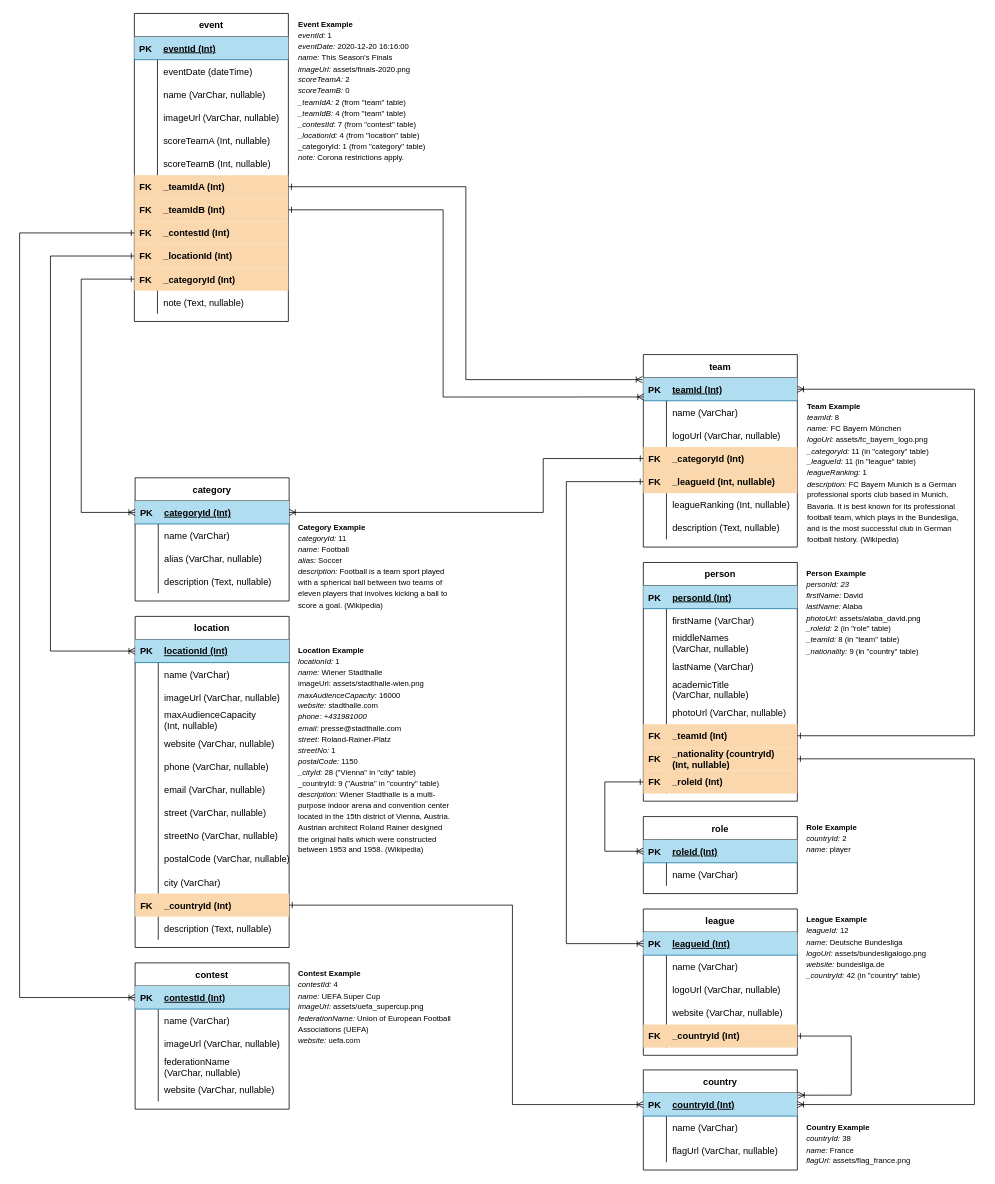
Before: documentation/01_db-model.drawio in mbalabanov/eventradar, a draw.io diagram. Source tidied: cells renumbered, new cells numbered last; positions are measured from the earlier drawing's top-left corner, leaving out a move shared by most shapes. Both pictures are drawn from the tidied source at 77%, with x=0, y=0 at pixel (19, 13).
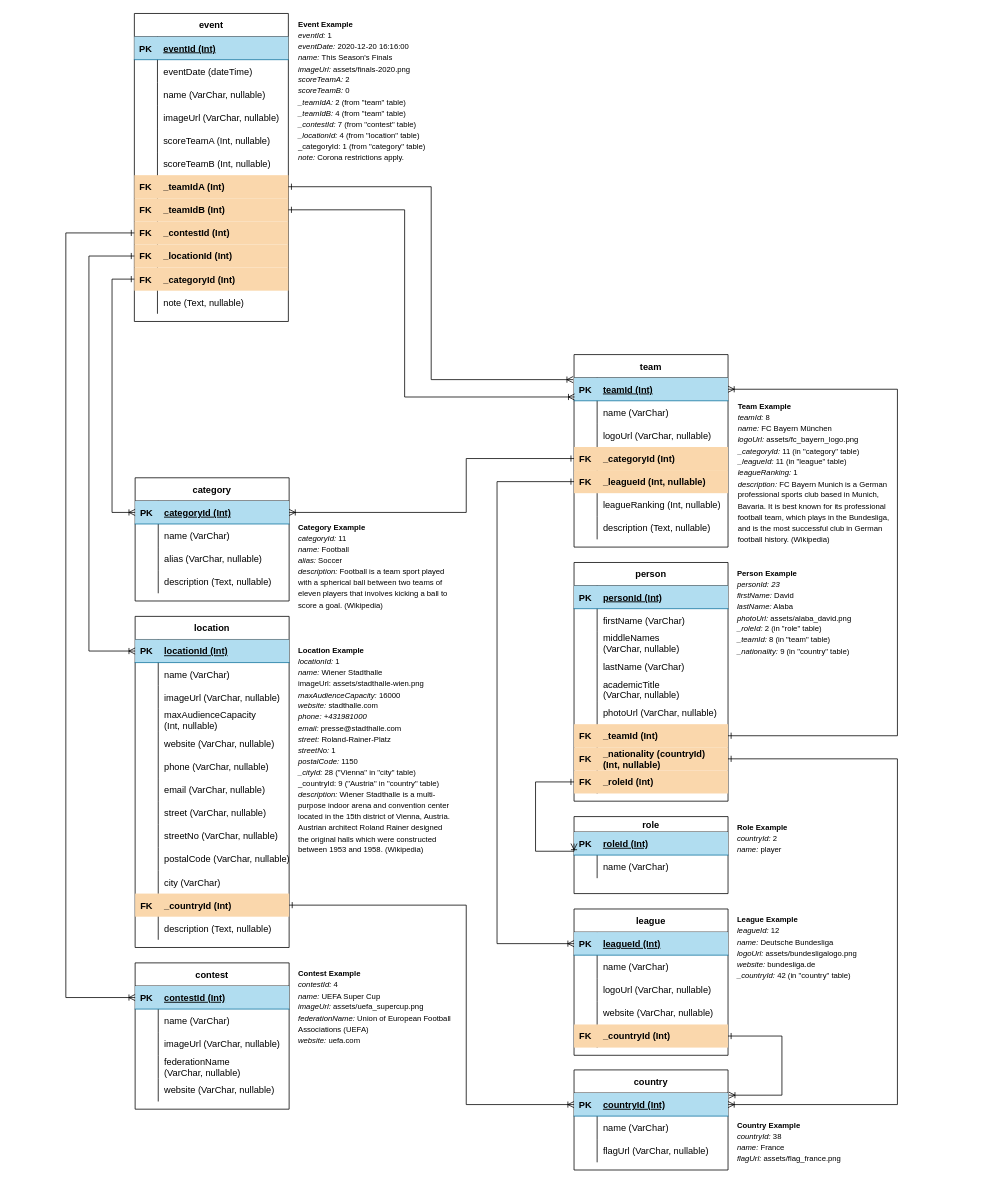
The same diagram, later.

The change refers to these unchanged cells:
```xml
<mxCell id="24" style="shape=partialRectangle;fillColor=#fad7ac;top=0;left=0;bottom=0;right=0;points=[[0,0.5],[1,0.5]];portConstraint=eastwest;strokeColor=#b46504;fontStyle=1;" parent="2" vertex="1">
  <mxGeometry y="240" width="200" height="30" as="geometry" />
</mxCell>
<mxCell id="27" style="shape=partialRectangle;fillColor=#fad7ac;top=0;left=0;bottom=0;right=0;points=[[0,0.5],[1,0.5]];portConstraint=eastwest;strokeColor=#b46504;" parent="2" vertex="1">
  <mxGeometry y="270" width="200" height="30" as="geometry" />
</mxCell>
<mxCell id="30" style="shape=partialRectangle;fillColor=#fad7ac;top=0;left=0;bottom=0;right=0;points=[[0,0.5],[1,0.5]];portConstraint=eastwest;strokeColor=#b46504;sketch=0;" parent="2" vertex="1">
  <mxGeometry y="300" width="200" height="30" as="geometry" />
</mxCell>
<mxCell id="33" style="shape=partialRectangle;fillColor=#fad7ac;top=0;left=0;bottom=0;right=0;points=[[0,0.5],[1,0.5]];portConstraint=eastwest;strokeColor=#b46504;" parent="2" vertex="1">
  <mxGeometry y="330" width="200" height="30" as="geometry" />
</mxCell>
<mxCell id="40" style="shape=partialRectangle;fillColor=#b1ddf0;top=0;left=0;bottom=1;right=0;points=[[0,0.5],[1,0.5]];portConstraint=eastwest;strokeColor=#10739e;" parent="39" vertex="1">
  <mxGeometry y="30" width="200" height="30" as="geometry" />
</mxCell>
<mxCell id="53" style="shape=partialRectangle;fillColor=#b1ddf0;top=0;left=0;bottom=1;right=0;points=[[0,0.5],[1,0.5]];portConstraint=eastwest;strokeColor=#10739e;" parent="52" vertex="1">
  <mxGeometry y="30" width="200" height="30" as="geometry" />
</mxCell>
<mxCell id="56" style="shape=partialRectangle;fillColor=none;top=0;left=0;bottom=0;right=0;points=[[0,0.5],[1,0.5]];portConstraint=eastwest;" parent="52" vertex="1">
  <mxGeometry y="60" width="200" height="30" as="geometry" />
</mxCell>
<mxCell id="62" style="shape=partialRectangle;fillColor=#fad7ac;top=0;left=0;bottom=0;right=0;points=[[0,0.5],[1,0.5]];portConstraint=eastwest;strokeColor=#b46504;" parent="52" vertex="1">
  <mxGeometry y="120" width="200" height="30" as="geometry" />
</mxCell>
<mxCell id="65" style="shape=partialRectangle;fillColor=#fad7ac;top=0;left=0;bottom=0;right=0;points=[[0,0.5],[1,0.5]];portConstraint=eastwest;strokeColor=#b46504;" parent="52" vertex="1">
  <mxGeometry y="150" width="200" height="30" as="geometry" />
</mxCell>
<mxCell id="76" style="shape=partialRectangle;fillColor=#b1ddf0;top=0;left=0;bottom=1;right=0;points=[[0,0.5],[1,0.5]];portConstraint=eastwest;strokeColor=#10739e;" parent="75" vertex="1">
  <mxGeometry y="30" width="200" height="30" as="geometry" />
</mxCell>
<mxCell id="88" style="shape=partialRectangle;fillColor=#fad7ac;top=0;left=0;bottom=0;right=0;points=[[0,0.5],[1,0.5]];portConstraint=eastwest;strokeColor=#b46504;" parent="75" vertex="1">
  <mxGeometry y="150" width="200" height="30" as="geometry" />
</mxCell>
<mxCell id="92" style="shape=partialRectangle;fillColor=#b1ddf0;top=0;left=0;bottom=1;right=0;points=[[0,0.5],[1,0.5]];portConstraint=eastwest;strokeColor=#10739e;" parent="91" vertex="1">
  <mxGeometry y="30" width="200" height="30" as="geometry" />
</mxCell>
<mxCell id="120" style="shape=partialRectangle;fillColor=#fad7ac;top=0;left=0;bottom=0;right=0;points=[[0,0.5],[1,0.5]];portConstraint=eastwest;sketch=0;strokeColor=#b46504;align=left;" parent="101" vertex="1">
  <mxGeometry y="210" width="200" height="30" as="geometry" />
</mxCell>
<mxCell id="123" style="shape=partialRectangle;fillColor=#fad7ac;top=0;left=0;bottom=0;right=0;points=[[0,0.5],[1,0.5]];portConstraint=eastwest;fontStyle=1;strokeColor=#b46504;" parent="101" vertex="1">
  <mxGeometry y="240" width="200" height="30" as="geometry" />
</mxCell>
<mxCell id="126" style="shape=partialRectangle;fillColor=#fad7ac;top=0;left=0;bottom=0;right=0;points=[[0,0.5],[1,0.5]];portConstraint=eastwest;sketch=0;strokeColor=#b46504;align=right;" parent="101" vertex="1">
  <mxGeometry y="270" width="200" height="30" as="geometry" />
</mxCell>
<mxCell id="143" style="shape=partialRectangle;fillColor=#b1ddf0;top=0;left=0;bottom=1;right=0;points=[[0,0.5],[1,0.5]];portConstraint=eastwest;strokeColor=#10739e;" parent="142" vertex="1">
  <mxGeometry y="30" width="200" height="30" as="geometry" />
</mxCell>
<mxCell id="160" style="shape=partialRectangle;fillColor=#b1ddf0;top=0;left=0;bottom=1;right=0;points=[[0,0.5],[1,0.5]];portConstraint=eastwest;strokeColor=#10739e;" parent="159" vertex="1">
  <mxGeometry y="30" width="200" height="30" as="geometry" />
</mxCell>
<mxCell id="193" style="shape=partialRectangle;fillColor=#fad7ac;top=0;left=0;bottom=0;right=0;points=[[0,0.5],[1,0.5]];portConstraint=eastwest;strokeColor=#b46504;" parent="159" vertex="1">
  <mxGeometry y="360" width="200" height="30" as="geometry" />
</mxCell>
```

Change to the diagram source:
```diff
@@
     <mxCell id="52" value="team" style="shape=table;startSize=30;childLayout=tableLayout;rowLines=0;fontStyle=1;align=center;sketch=0;strokeColor=#000000;" parent="1" vertex="1">
-      <mxGeometry x="810" y="443" width="200" height="250" as="geometry" />
+      <mxGeometry x="720" y="443" width="200" height="250" as="geometry" />
     </mxCell>
@@
     <mxCell id="75" value="league" style="shape=table;startSize=30;childLayout=tableLayout;rowLines=0;fontStyle=1;align=center;sketch=0;strokeColor=#000000;" parent="1" vertex="1">
-      <mxGeometry x="810" y="1163" width="200" height="190" as="geometry" />
+      <mxGeometry x="720" y="1163" width="200" height="190" as="geometry" />
     </mxCell>
@@
     <mxCell id="91" value="country" style="shape=table;startSize=30;childLayout=tableLayout;rowLines=0;fontStyle=1;align=center;sketch=0;strokeColor=#000000;" parent="1" vertex="1">
-      <mxGeometry x="810" y="1372" width="200" height="130" as="geometry" />
+      <mxGeometry x="720" y="1372" width="200" height="130" as="geometry" />
     </mxCell>
@@
     <mxCell id="101" value="person" style="shape=table;startSize=30;childLayout=tableLayout;rowLines=0;fontStyle=1;align=center;sketch=0;strokeColor=#000000;" parent="1" vertex="1">
-      <mxGeometry x="810" y="713" width="200" height="310" as="geometry" />
+      <mxGeometry x="720" y="713" width="200" height="310" as="geometry" />
     </mxCell>
@@
-    <mxCell id="130" value="role" style="shape=table;startSize=30;childLayout=tableLayout;rowLines=0;fontStyle=1;align=center;sketch=0;strokeColor=#000000;" parent="1" vertex="1">
-      <mxGeometry x="810" y="1043" width="200" height="100" as="geometry" />
+    <mxCell id="130" value="role" style="shape=table;startSize=20;childLayout=tableLayout;rowLines=0;fontStyle=1;align=center;sketch=0;strokeColor=#000000;" parent="1" vertex="1">
+      <mxGeometry x="720" y="1043" width="200" height="100" as="geometry" />
     </mxCell>
     <mxCell id="131" style="shape=partialRectangle;fillColor=#b1ddf0;top=0;left=0;bottom=1;right=0;points=[[0,0.5],[1,0.5]];portConstraint=eastwest;strokeColor=#10739e;" parent="130" vertex="1">
-      <mxGeometry y="30" width="200" height="30" as="geometry" />
+      <mxGeometry y="20" width="200" height="30" as="geometry" />
     </mxCell>
@@
     <mxCell id="134" style="shape=partialRectangle;fillColor=none;top=0;left=0;bottom=0;right=0;" parent="130" vertex="1">
-      <mxGeometry y="60" width="200" height="30" as="geometry" />
+      <mxGeometry y="50" width="200" height="30" as="geometry" />
     </mxCell>
@@
     <mxCell id="137" value="&lt;font style=&quot;font-size: 10px&quot;&gt;&lt;b&gt;Team Example&lt;/b&gt;&lt;br&gt;&lt;i&gt;teamId:&lt;/i&gt;&amp;nbsp;8&lt;br&gt;&lt;i&gt;name:&lt;/i&gt; FC Bayern München&lt;br&gt;&lt;i&gt;logoUrl:&lt;/i&gt;&amp;nbsp;assets/fc_bayern_logo.png&lt;br&gt;&lt;i&gt;_categoryId:&lt;/i&gt;&amp;nbsp;11 (in &quot;category&quot; table)&lt;br&gt;&lt;i&gt;_leagueId:&lt;/i&gt;&amp;nbsp;11 (in &quot;league&quot; table)&lt;br&gt;&lt;i&gt;leagueRanking:&lt;/i&gt; 1&lt;br&gt;&lt;i&gt;description:&amp;nbsp;&lt;/i&gt;FC Bayern Munich is a German professional sports club based in Munich, Bavaria. It is best known for its professional football team, which plays in the Bundesliga, and is the most successful club in German football history. (Wikipedia)&lt;/font&gt;" style="text;html=1;strokeColor=none;fillColor=none;align=left;verticalAlign=top;whiteSpace=wrap;rounded=0;sketch=0;" parent="1" vertex="1">
-      <mxGeometry x="1021" y="496" width="200" height="200" as="geometry" />
+      <mxGeometry x="931" y="496" width="200" height="200" as="geometry" />
     </mxCell>
     <mxCell id="138" value="&lt;font style=&quot;font-size: 10px&quot;&gt;&lt;b&gt;Country Example&lt;/b&gt;&lt;br&gt;&lt;i&gt;countryId:&lt;/i&gt;&lt;span&gt;&amp;nbsp;38&lt;/span&gt;&lt;br&gt;&lt;i&gt;name:&lt;/i&gt;&lt;span&gt; France&lt;br&gt;&lt;/span&gt;&lt;i&gt;flagUrl:&lt;/i&gt; assets/flag_france.png&lt;br&gt;&lt;/font&gt;" style="text;html=1;strokeColor=none;fillColor=none;align=left;verticalAlign=top;whiteSpace=wrap;rounded=0;sketch=0;" parent="1" vertex="1">
-      <mxGeometry x="1020" y="1433" width="190" height="70" as="geometry" />
+      <mxGeometry x="930" y="1430" width="190" height="70" as="geometry" />
     </mxCell>
     <mxCell id="139" value="&lt;font style=&quot;font-size: 10px&quot;&gt;&lt;b&gt;League Example&lt;/b&gt;&lt;br&gt;&lt;i&gt;leagueId:&lt;/i&gt;&amp;nbsp;12&lt;br&gt;&lt;i&gt;name:&lt;/i&gt; Deutsche Bundesliga&lt;br&gt;&lt;i&gt;logoUrl:&lt;/i&gt; assets/bundesligalogo.png&lt;br&gt;&lt;i&gt;website:&lt;/i&gt; bundesliga.de&lt;br&gt;&lt;i&gt;_countryId:&lt;/i&gt; 42 (in &quot;country&quot; table)&lt;br&gt;&lt;/font&gt;" style="text;html=1;strokeColor=none;fillColor=none;align=left;verticalAlign=top;whiteSpace=wrap;rounded=0;sketch=0;" parent="1" vertex="1">
-      <mxGeometry x="1020" y="1163" width="170" height="101" as="geometry" />
+      <mxGeometry x="930" y="1163" width="170" height="101" as="geometry" />
     </mxCell>
     <mxCell id="140" value="&lt;font&gt;&lt;b style=&quot;font-size: 10px&quot;&gt;Role Example&lt;/b&gt;&lt;br&gt;&lt;i style=&quot;font-size: 10px&quot;&gt;countryId:&lt;/i&gt;&lt;span style=&quot;font-size: 10px&quot;&gt;&amp;nbsp;2&lt;/span&gt;&lt;br&gt;&lt;i style=&quot;font-size: 10px&quot;&gt;name:&lt;/i&gt;&lt;span style=&quot;font-size: 10px&quot;&gt;&amp;nbsp;player&lt;/span&gt;&lt;br&gt;&lt;/font&gt;" style="text;html=1;strokeColor=none;fillColor=none;align=left;verticalAlign=top;whiteSpace=wrap;rounded=0;sketch=0;" parent="1" vertex="1">
-      <mxGeometry x="1020" y="1043" width="130" height="60" as="geometry" />
+      <mxGeometry x="930" y="1043" width="130" height="60" as="geometry" />
     </mxCell>
     <mxCell id="141" value="&lt;font style=&quot;font-size: 10px&quot;&gt;&lt;b&gt;Person Example&lt;/b&gt;&lt;br&gt;&lt;i&gt;personId: 23&lt;/i&gt;&lt;span&gt;&amp;nbsp;&lt;/span&gt;&lt;br&gt;&lt;i&gt;firstName:&lt;/i&gt;&lt;span&gt; David&lt;br&gt;&lt;/span&gt;&lt;i&gt;lastName:&lt;/i&gt; Alaba&lt;br&gt;&lt;i&gt;photoUrl:&lt;/i&gt; assets/alaba_david.png&lt;br&gt;&lt;i&gt;_roleId:&lt;/i&gt; 2 (in &quot;role&quot; table)&lt;br&gt;&lt;i&gt;_teamId:&lt;/i&gt; 8 (in &quot;team&quot; table)&lt;br&gt;&lt;i&gt;_nationality:&lt;/i&gt;&amp;nbsp;9 (in &quot;country&quot; table)&lt;br&gt;&lt;/font&gt;" style="text;html=1;strokeColor=none;fillColor=none;align=left;verticalAlign=top;whiteSpace=wrap;rounded=0;sketch=0;" parent="1" vertex="1">
-      <mxGeometry x="1020" y="713" width="170" height="110" as="geometry" />
+      <mxGeometry x="930" y="713" width="170" height="110" as="geometry" />
     </mxCell>
@@
     <mxCell id="200" style="edgeStyle=orthogonalEdgeStyle;rounded=0;jettySize=auto;html=1;entryX=0;entryY=0.5;entryDx=0;entryDy=0;endArrow=ERoneToMany;endFill=0;startArrow=ERone;startFill=0;" parent="1" edge="1" source="65" target="76">
       <mxGeometry relative="1" as="geometry">
         <Array as="points">
-          <mxPoint x="710" y="608" />
-          <mxPoint x="710" y="1208" />
+          <mxPoint x="620" y="608" />
+          <mxPoint x="620" y="1208" />
         </Array>
       </mxGeometry>
     </mxCell>
     <mxCell id="201" style="edgeStyle=orthogonalEdgeStyle;rounded=0;jettySize=auto;html=1;entryX=1;entryY=0.5;entryDx=0;entryDy=0;endArrow=ERoneToMany;endFill=0;startArrow=ERone;startFill=0;" parent="1" edge="1" source="120" target="53">
       <mxGeometry relative="1" as="geometry">
         <Array as="points">
-          <mxPoint x="1240" y="938" />
-          <mxPoint x="1240" y="488" />
+          <mxPoint x="1140" y="938" />
+          <mxPoint x="1140" y="488" />
         </Array>
       </mxGeometry>
     </mxCell>
     <mxCell id="202" style="edgeStyle=orthogonalEdgeStyle;rounded=0;jettySize=auto;html=1;entryX=0;entryY=0.5;entryDx=0;entryDy=0;endArrow=ERoneToMany;endFill=0;startArrow=ERone;startFill=0;" parent="1" edge="1" source="193" target="92">
       <mxGeometry relative="1" as="geometry">
         <Array as="points">
-          <mxPoint x="640" y="1158" />
-          <mxPoint x="640" y="1417" />
+          <mxPoint x="580" y="1158" />
+          <mxPoint x="580" y="1417" />
         </Array>
       </mxGeometry>
     </mxCell>
     <mxCell id="203" style="edgeStyle=orthogonalEdgeStyle;rounded=0;jettySize=auto;html=1;entryX=0;entryY=0.5;entryDx=0;entryDy=0;endArrow=ERoneToMany;endFill=0;startArrow=ERone;startFill=0;" parent="1" edge="1" source="126" target="131">
       <mxGeometry relative="1" as="geometry">
         <Array as="points">
-          <mxPoint x="760" y="998" />
-          <mxPoint x="760" y="1088" />
+          <mxPoint x="670" y="998" />
+          <mxPoint x="670" y="1088" />
         </Array>
       </mxGeometry>
     </mxCell>
     <mxCell id="204" style="edgeStyle=orthogonalEdgeStyle;rounded=0;jettySize=auto;html=1;entryX=1;entryY=0.5;entryDx=0;entryDy=0;endArrow=ERoneToMany;endFill=0;startArrow=ERone;startFill=0;" parent="1" edge="1" source="62" target="40">
       <mxGeometry relative="1" as="geometry">
         <Array as="points">
-          <mxPoint x="680" y="578" />
-          <mxPoint x="680" y="648" />
+          <mxPoint x="580" y="578" />
+          <mxPoint x="580" y="648" />
         </Array>
       </mxGeometry>
     </mxCell>
     <mxCell id="205" style="edgeStyle=orthogonalEdgeStyle;rounded=0;jettySize=auto;html=1;endArrow=ERoneToMany;endFill=0;startArrow=ERone;startFill=0;" parent="1" edge="1" source="123" target="92">
       <mxGeometry relative="1" as="geometry">
         <Array as="points">
-          <mxPoint x="1240" y="968" />
-          <mxPoint x="1240" y="1417" />
+          <mxPoint x="1140" y="968" />
+          <mxPoint x="1140" y="1417" />
         </Array>
       </mxGeometry>
     </mxCell>
     <mxCell id="206" style="edgeStyle=orthogonalEdgeStyle;rounded=0;jettySize=auto;html=1;entryX=1.005;entryY=0.094;entryDx=0;entryDy=0;entryPerimeter=0;endArrow=ERoneToMany;endFill=0;startArrow=ERone;startFill=0;" parent="1" edge="1" source="88" target="92">
       <mxGeometry relative="1" as="geometry">
         <Array as="points">
-          <mxPoint x="1080" y="1328" />
-          <mxPoint x="1080" y="1405" />
+          <mxPoint x="990" y="1328" />
+          <mxPoint x="990" y="1405" />
         </Array>
       </mxGeometry>
     </mxCell>
@@
     <mxCell id="208" style="edgeStyle=orthogonalEdgeStyle;rounded=0;jettySize=auto;html=1;entryX=0.004;entryY=-0.165;entryDx=0;entryDy=0;entryPerimeter=0;startArrow=ERone;startFill=0;endArrow=ERoneToMany;endFill=0;" parent="1" edge="1" source="24" target="56">
       <mxGeometry relative="1" as="geometry">
         <Array as="points">
-          <mxPoint x="550" y="255" />
-          <mxPoint x="550" y="498" />
+          <mxPoint x="500" y="255" />
+          <mxPoint x="500" y="498" />
         </Array>
       </mxGeometry>
     </mxCell>
     <mxCell id="209" style="edgeStyle=orthogonalEdgeStyle;rounded=0;jettySize=auto;html=1;startArrow=ERone;startFill=0;endArrow=ERoneToMany;endFill=0;" parent="1" edge="1" source="30" target="160">
       <mxGeometry relative="1" as="geometry">
         <Array as="points">
-          <mxPoint x="40" y="315" />
-          <mxPoint x="40" y="828" />
+          <mxPoint x="90" y="315" />
+          <mxPoint x="90" y="828" />
         </Array>
       </mxGeometry>
     </mxCell>
     <mxCell id="210" style="edgeStyle=orthogonalEdgeStyle;rounded=0;jettySize=auto;html=1;entryX=0;entryY=0.5;entryDx=0;entryDy=0;startArrow=ERone;startFill=0;endArrow=ERoneToMany;endFill=0;" parent="1" edge="1" source="33" target="40">
       <mxGeometry relative="1" as="geometry">
         <Array as="points">
-          <mxPoint x="80" y="345" />
-          <mxPoint x="80" y="648" />
+          <mxPoint x="120" y="345" />
+          <mxPoint x="120" y="648" />
         </Array>
       </mxGeometry>
     </mxCell>
     <mxCell id="211" style="edgeStyle=orthogonalEdgeStyle;rounded=0;jettySize=auto;html=1;entryX=0;entryY=0.5;entryDx=0;entryDy=0;startArrow=ERone;startFill=0;endArrow=ERoneToMany;endFill=0;" parent="1" edge="1" source="27" target="143">
       <mxGeometry relative="1" as="geometry">
         <Array as="points">
-          <mxPoint y="285" />
-          <mxPoint y="1278" />
+          <mxPoint x="60" y="285" />
+          <mxPoint x="60" y="1278" />
         </Array>
       </mxGeometry>
     </mxCell>
```
